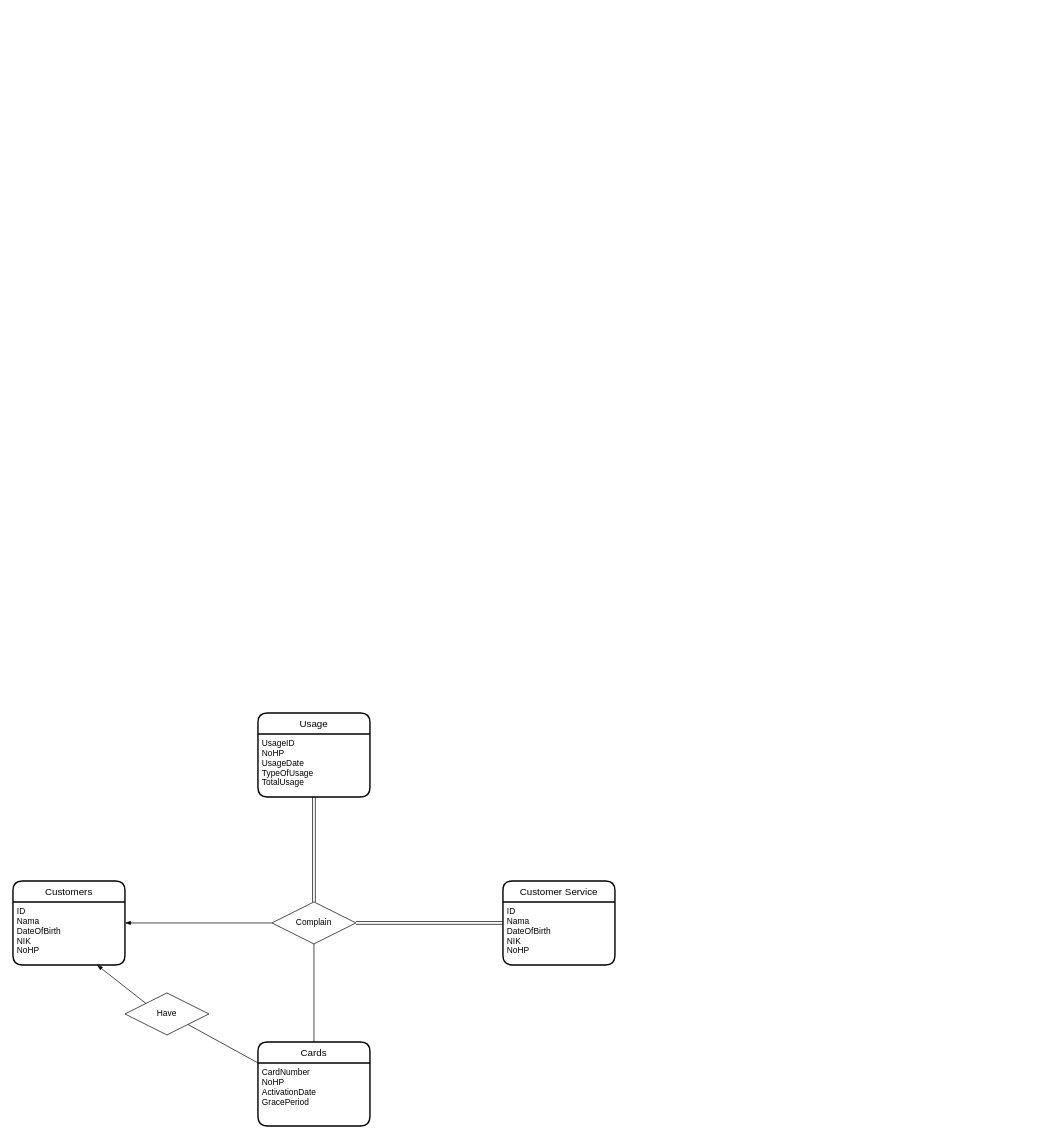
The draw.io diagram Untitled Diagram.drawio in IA7308/Scripts, before the edit. Source tidied: cells renumbered, new cells numbered last; positions are measured from the earlier drawing's top-left corner, leaving out a move shared by most shapes. Both pictures are drawn from the tidied source at 70%, with x=0, y=0 at pixel (13, 713).
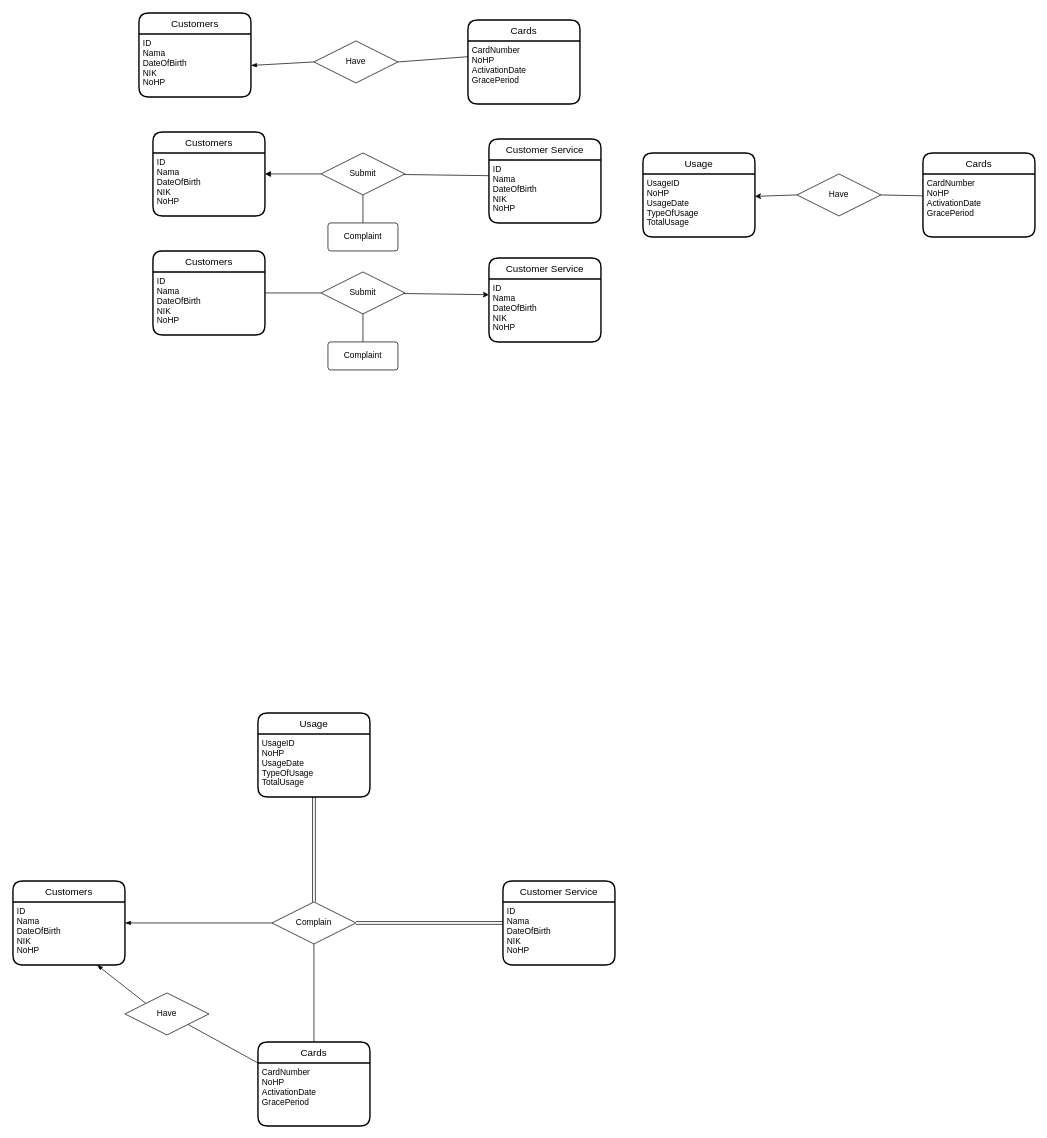
After the change.

What changed in the source:
```diff
@@
+    <mxCell id="21" value="Customers" style="swimlane;horizontal=1;startSize=30;rounded=1;fontSize=14;fontStyle=0;strokeWidth=2;shadow=0;dashed=0;align=center;" parent="1" vertex="1">
+      <mxGeometry x="180" y="-1000" width="160" height="120" as="geometry" />
+    </mxCell>
+    <mxCell id="22" value="ID&#10;Nama&#10;DateOfBirth&#10;NIK&#10;NoHP" style="align=left;strokeColor=none;fillColor=none;spacingLeft=4;fontSize=12;verticalAlign=top;" parent="21" vertex="1">
+      <mxGeometry y="30" width="160" height="90" as="geometry" />
+    </mxCell>
+    <mxCell id="23" value="Cards" style="swimlane;horizontal=1;startSize=30;rounded=1;fontSize=14;fontStyle=0;strokeWidth=2;shadow=0;dashed=0;align=center;" parent="1" vertex="1">
+      <mxGeometry x="650" y="-990" width="160" height="120" as="geometry" />
+    </mxCell>
+    <mxCell id="24" value="CardNumber&#10;NoHP&#10;ActivationDate&#10;GracePeriod" style="align=left;strokeColor=none;fillColor=none;spacingLeft=4;fontSize=12;verticalAlign=top;" parent="23" vertex="1">
+      <mxGeometry y="30" width="160" height="90" as="geometry" />
+    </mxCell>
+    <mxCell id="25" style="endArrow=none;html=1;rounded=0;exitX=0;exitY=0.25;exitDx=0;exitDy=0;entryX=1;entryY=0.5;entryDx=0;entryDy=0;endFill=0;" parent="1" edge="1" source="24" target="27">
+      <mxGeometry relative="1" as="geometry" />
+    </mxCell>
+    <mxCell id="26" style="rounded=0;jettySize=auto;html=1;exitX=0;exitY=0.5;exitDx=0;exitDy=0;entryX=1;entryY=0.5;entryDx=0;entryDy=0;endArrow=blockThin;endFill=1;" parent="1" edge="1" source="27" target="22">
+      <mxGeometry relative="1" as="geometry" />
+    </mxCell>
+    <mxCell id="27" value="Have" style="shape=rhombus;perimeter=rhombusPerimeter;whiteSpace=wrap;html=1;align=center;" parent="1" vertex="1">
+      <mxGeometry x="430" y="-960" width="120" height="60" as="geometry" />
+    </mxCell>
+    <mxCell id="28" value="Customer Service" style="swimlane;horizontal=1;startSize=30;rounded=1;fontSize=14;fontStyle=0;strokeWidth=2;shadow=0;dashed=0;align=center;" parent="1" vertex="1">
+      <mxGeometry x="680" y="-820" width="160" height="120" as="geometry" />
+    </mxCell>
+    <mxCell id="29" value="ID&#10;Nama&#10;DateOfBirth&#10;NIK&#10;NoHP" style="align=left;strokeColor=none;fillColor=none;spacingLeft=4;fontSize=12;verticalAlign=top;" parent="28" vertex="1">
+      <mxGeometry y="30" width="160" height="90" as="geometry" />
+    </mxCell>
+    <mxCell id="30" style="rounded=0;jettySize=auto;html=1;entryX=0;entryY=0.25;entryDx=0;entryDy=0;endArrow=none;endFill=0;" parent="1" edge="1" source="32" target="29">
+      <mxGeometry relative="1" as="geometry" />
+    </mxCell>
+    <mxCell id="31" style="edgeStyle=orthogonalEdgeStyle;rounded=0;jettySize=auto;html=1;endArrow=none;endFill=0;" parent="1" edge="1" source="32" target="36">
+      <mxGeometry relative="1" as="geometry" />
+    </mxCell>
+    <mxCell id="32" value="Submit" style="shape=rhombus;perimeter=rhombusPerimeter;whiteSpace=wrap;html=1;align=center;" parent="1" vertex="1">
+      <mxGeometry x="440" y="-800" width="120" height="60" as="geometry" />
+    </mxCell>
+    <mxCell id="33" style="rounded=0;jettySize=auto;html=1;exitX=0;exitY=0.5;exitDx=0;exitDy=0;endArrow=block;endFill=1;startArrow=none;startFill=0;" parent="1" edge="1" source="32" target="34">
+      <mxGeometry relative="1" as="geometry" />
+    </mxCell>
+    <mxCell id="34" value="Customers" style="swimlane;horizontal=1;startSize=30;rounded=1;fontSize=14;fontStyle=0;strokeWidth=2;shadow=0;dashed=0;align=center;" parent="1" vertex="1">
+      <mxGeometry x="200" y="-830" width="160" height="120" as="geometry" />
+    </mxCell>
+    <mxCell id="35" value="ID&#10;Nama&#10;DateOfBirth&#10;NIK&#10;NoHP" style="align=left;strokeColor=none;fillColor=none;spacingLeft=4;fontSize=12;verticalAlign=top;" parent="34" vertex="1">
+      <mxGeometry y="30" width="160" height="90" as="geometry" />
+    </mxCell>
+    <mxCell id="36" value="Complaint" style="rounded=1;arcSize=10;whiteSpace=wrap;html=1;align=center;" parent="1" vertex="1">
+      <mxGeometry x="450" y="-700" width="100" height="40" as="geometry" />
+    </mxCell>
+    <mxCell id="37" value="Customer Service" style="swimlane;horizontal=1;startSize=30;rounded=1;fontSize=14;fontStyle=0;strokeWidth=2;shadow=0;dashed=0;align=center;" parent="1" vertex="1">
+      <mxGeometry x="680" y="-650" width="160" height="120" as="geometry" />
+    </mxCell>
+    <mxCell id="38" value="ID&#10;Nama&#10;DateOfBirth&#10;NIK&#10;NoHP" style="align=left;strokeColor=none;fillColor=none;spacingLeft=4;fontSize=12;verticalAlign=top;" parent="37" vertex="1">
+      <mxGeometry y="30" width="160" height="90" as="geometry" />
+    </mxCell>
+    <mxCell id="39" style="rounded=0;jettySize=auto;html=1;entryX=0;entryY=0.25;entryDx=0;entryDy=0;endArrow=classic;endFill=1;" parent="1" edge="1" source="41" target="38">
+      <mxGeometry relative="1" as="geometry" />
+    </mxCell>
+    <mxCell id="40" style="edgeStyle=orthogonalEdgeStyle;rounded=0;jettySize=auto;html=1;endArrow=none;endFill=0;" parent="1" edge="1" source="41" target="45">
+      <mxGeometry relative="1" as="geometry" />
+    </mxCell>
+    <mxCell id="41" value="Submit" style="shape=rhombus;perimeter=rhombusPerimeter;whiteSpace=wrap;html=1;align=center;" parent="1" vertex="1">
+      <mxGeometry x="440" y="-630" width="120" height="60" as="geometry" />
+    </mxCell>
+    <mxCell id="42" style="rounded=0;jettySize=auto;html=1;exitX=0;exitY=0.5;exitDx=0;exitDy=0;endArrow=none;endFill=0;startArrow=none;startFill=0;" parent="1" edge="1" source="41" target="43">
+      <mxGeometry relative="1" as="geometry" />
+    </mxCell>
+    <mxCell id="43" value="Customers" style="swimlane;horizontal=1;startSize=30;rounded=1;fontSize=14;fontStyle=0;strokeWidth=2;shadow=0;dashed=0;align=center;" parent="1" vertex="1">
+      <mxGeometry x="200" y="-660" width="160" height="120" as="geometry" />
+    </mxCell>
+    <mxCell id="44" value="ID&#10;Nama&#10;DateOfBirth&#10;NIK&#10;NoHP" style="align=left;strokeColor=none;fillColor=none;spacingLeft=4;fontSize=12;verticalAlign=top;" parent="43" vertex="1">
+      <mxGeometry y="30" width="160" height="90" as="geometry" />
+    </mxCell>
+    <mxCell id="45" value="Complaint" style="rounded=1;arcSize=10;whiteSpace=wrap;html=1;align=center;" parent="1" vertex="1">
+      <mxGeometry x="450" y="-530" width="100" height="40" as="geometry" />
+    </mxCell>
+    <mxCell id="46" value="Usage" style="swimlane;horizontal=1;startSize=30;rounded=1;fontSize=14;fontStyle=0;strokeWidth=2;shadow=0;dashed=0;align=center;" parent="1" vertex="1">
+      <mxGeometry x="900" y="-800" width="160" height="120" as="geometry" />
+    </mxCell>
+    <mxCell id="47" value="UsageID&#10;NoHP&#10;UsageDate&#10;TypeOfUsage&#10;TotalUsage" style="align=left;strokeColor=none;fillColor=none;spacingLeft=4;fontSize=12;verticalAlign=top;" parent="46" vertex="1">
+      <mxGeometry y="30" width="160" height="90" as="geometry" />
+    </mxCell>
+    <mxCell id="48" value="Cards" style="swimlane;horizontal=1;startSize=30;rounded=1;fontSize=14;fontStyle=0;strokeWidth=2;shadow=0;dashed=0;align=center;" parent="1" vertex="1">
+      <mxGeometry x="1300" y="-800" width="160" height="120" as="geometry" />
+    </mxCell>
+    <mxCell id="49" value="CardNumber&#10;NoHP&#10;ActivationDate&#10;GracePeriod" style="align=left;strokeColor=none;fillColor=none;spacingLeft=4;fontSize=12;verticalAlign=top;" parent="48" vertex="1">
+      <mxGeometry y="30" width="160" height="90" as="geometry" />
+    </mxCell>
+    <mxCell id="50" style="rounded=0;jettySize=auto;html=1;exitX=0;exitY=0.5;exitDx=0;exitDy=0;entryX=1;entryY=0.356;entryDx=0;entryDy=0;entryPerimeter=0;" parent="1" edge="1" source="52" target="47">
+      <mxGeometry relative="1" as="geometry" />
+    </mxCell>
+    <mxCell id="51" style="rounded=0;jettySize=auto;html=1;strokeColor=default;endArrow=none;endFill=0;entryX=-0.005;entryY=0.347;entryDx=0;entryDy=0;exitX=1;exitY=0.5;exitDx=0;exitDy=0;entryPerimeter=0;" parent="1" edge="1" source="52" target="49">
+      <mxGeometry relative="1" as="geometry" />
+    </mxCell>
+    <mxCell id="52" value="Have" style="shape=rhombus;perimeter=rhombusPerimeter;whiteSpace=wrap;html=1;align=center;" parent="1" vertex="1">
+      <mxGeometry x="1120" y="-770" width="120" height="60" as="geometry" />
+    </mxCell>
```
